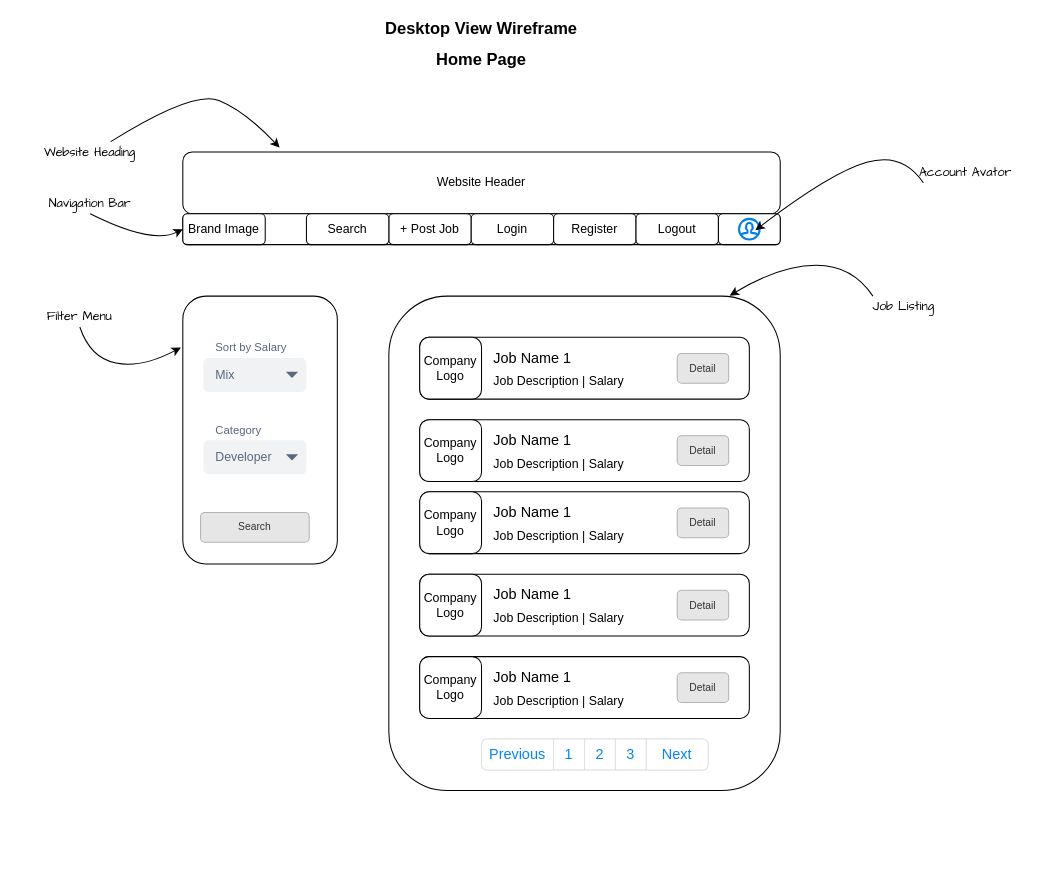
The draw.io diagram page "Home Page Wireframe" (3 of 3) of miyabi bonsai .drawio in aungkoman/html_test, before the edit. Source tidied: cells renumbered, new cells numbered last; positions are measured from the earlier drawing's top-left corner, leaving out a move shared by most shapes. Both pictures are drawn from the tidied source at 103%, with x=0, y=0 at pixel (18, 18).
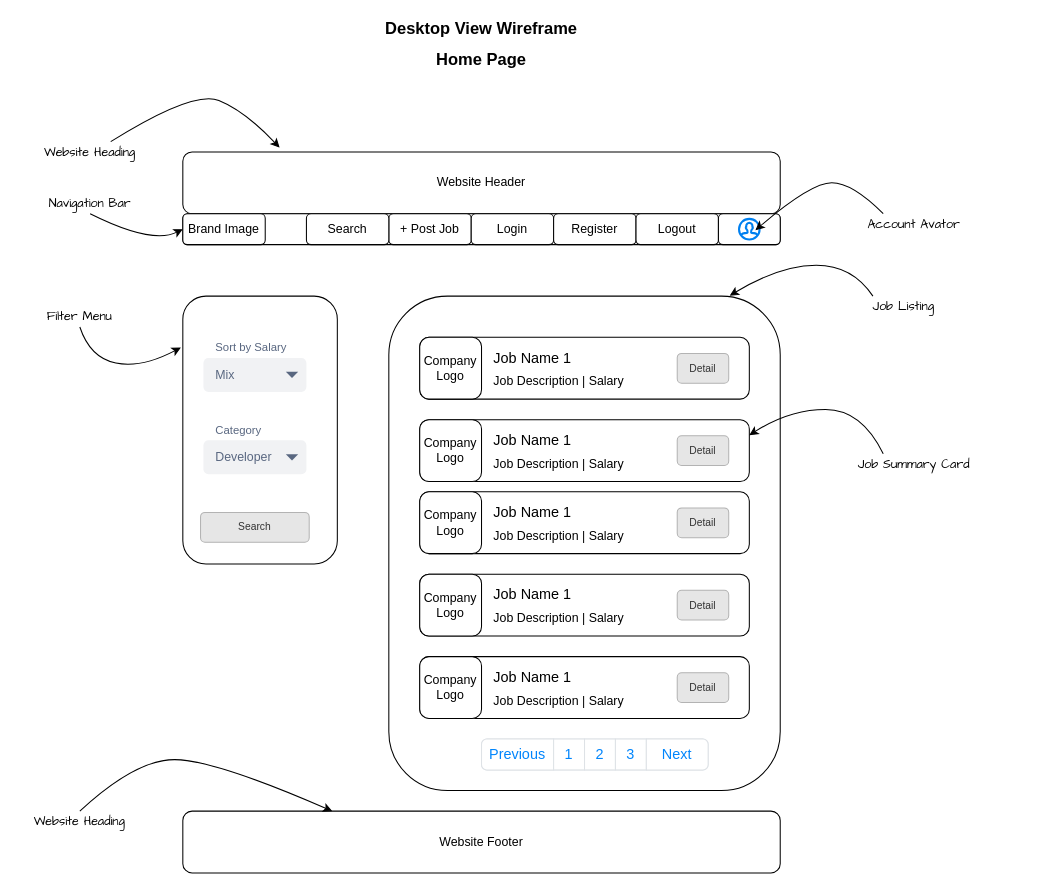
After the change.

Unchanged cells that the change refers to:
```xml
<mxCell id="35" style="rounded=1;whiteSpace=wrap;html=1;" parent="34" vertex="1">
  <mxGeometry width="320" height="60" as="geometry" />
</mxCell>
<mxCell id="64" style="html=1;verticalLabelPosition=bottom;align=center;labelBackgroundColor=#ffffff;verticalAlign=top;strokeWidth=2;strokeColor=#0080F0;shadow=0;dashed=0;shape=mxgraph.ios7.icons.user;" parent="1" vertex="1">
  <mxGeometry x="700" y="195" width="20" height="20" as="geometry" />
</mxCell>
```

Diff of the diagram source:
```diff
@@
     <mxCell id="65" value="&lt;font face=&quot;Comic Sans MS&quot;&gt;Account Avator&lt;/font&gt;" style="text;html=1;strokeColor=none;fillColor=none;align=center;verticalAlign=middle;whiteSpace=wrap;rounded=0;" parent="1" vertex="1">
-      <mxGeometry x="860" y="140" width="120" height="20" as="geometry" />
+      <mxGeometry x="810" y="190" width="120" height="20" as="geometry" />
     </mxCell>
-    <mxCell id="66" style="curved=1;endArrow=classic;html=1;exitX=0.25;exitY=0;exitDx=0;exitDy=0;entryX=0.797;entryY=0.547;entryDx=0;entryDy=0;entryPerimeter=0;" parent="1" edge="1" target="64">
+    <mxCell id="66" style="curved=1;endArrow=classic;html=1;exitX=0.25;exitY=0;exitDx=0;exitDy=0;entryX=0.797;entryY=0.547;entryDx=0;entryDy=0;entryPerimeter=0;" parent="1" edge="1" source="65" target="64">
       <mxGeometry relative="1" as="geometry">
-        <mxPoint x="879" y="160" as="sourcePoint" />
         <Array as="points">
-          <mxPoint x="859" y="130" />
-          <mxPoint x="789" y="150" />
+          <mxPoint x="810" y="160" />
+          <mxPoint x="770" y="160" />
         </Array>
       </mxGeometry>
     </mxCell>
@@
+    <mxCell id="69" value="Website Footer" style="rounded=1;whiteSpace=wrap;html=1;" parent="1" vertex="1">
+      <mxGeometry x="160" y="770" width="580" height="60" as="geometry" />
+    </mxCell>
+    <mxCell id="70" value="&lt;font face=&quot;Comic Sans MS&quot;&gt;Website Heading&lt;/font&gt;" style="text;html=1;strokeColor=none;fillColor=none;align=center;verticalAlign=middle;whiteSpace=wrap;rounded=0;" parent="1" vertex="1">
+      <mxGeometry y="770" width="120" height="20" as="geometry" />
+    </mxCell>
+    <mxCell id="71" style="curved=1;endArrow=classic;html=1;exitX=0.5;exitY=0;exitDx=0;exitDy=0;entryX=0.25;entryY=0;entryDx=0;entryDy=0;" parent="1" edge="1" source="70" target="69">
+      <mxGeometry relative="1" as="geometry">
+        <Array as="points">
+          <mxPoint x="114" y="720" />
+          <mxPoint x="190" y="720" />
+        </Array>
+      </mxGeometry>
+    </mxCell>
+    <mxCell id="72" value="&lt;font face=&quot;Comic Sans MS&quot;&gt;Job Summary Card&lt;/font&gt;" style="text;html=1;strokeColor=none;fillColor=none;align=center;verticalAlign=middle;whiteSpace=wrap;rounded=0;" parent="1" vertex="1">
+      <mxGeometry x="810" y="423" width="120" height="20" as="geometry" />
+    </mxCell>
+    <mxCell id="73" style="curved=1;endArrow=classic;html=1;exitX=0.25;exitY=0;exitDx=0;exitDy=0;entryX=1;entryY=0.25;entryDx=0;entryDy=0;" parent="1" edge="1" source="72" target="35">
+      <mxGeometry relative="1" as="geometry">
+        <Array as="points">
+          <mxPoint x="819" y="380" />
+          <mxPoint x="749" y="380" />
+        </Array>
+      </mxGeometry>
+    </mxCell>
```
